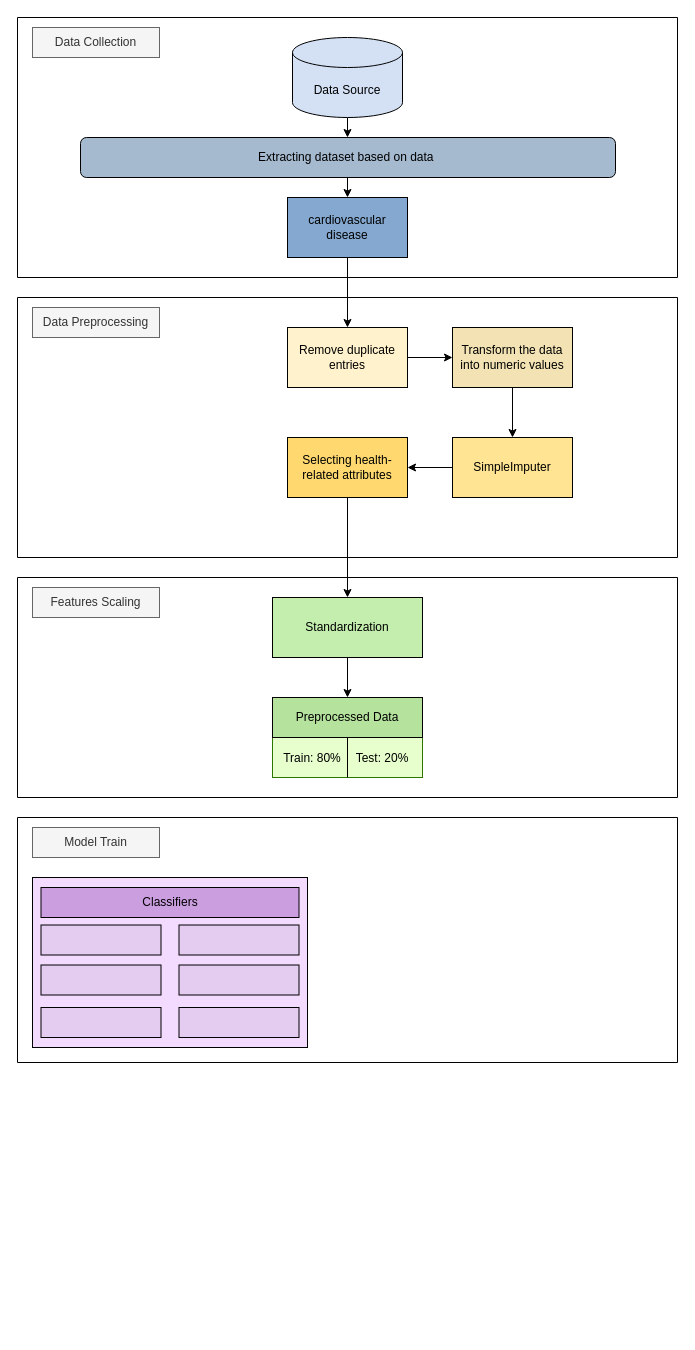
Before: pj.drawio in Jenny-Tanananya/Diagram, a draw.io diagram. Source tidied: cells renumbered, new cells numbered last; positions are measured from the earlier drawing's top-left corner, leaving out a move shared by most shapes. Both pictures are drawn from the tidied source at 100%, with x=0, y=0 at pixel (17, 17).
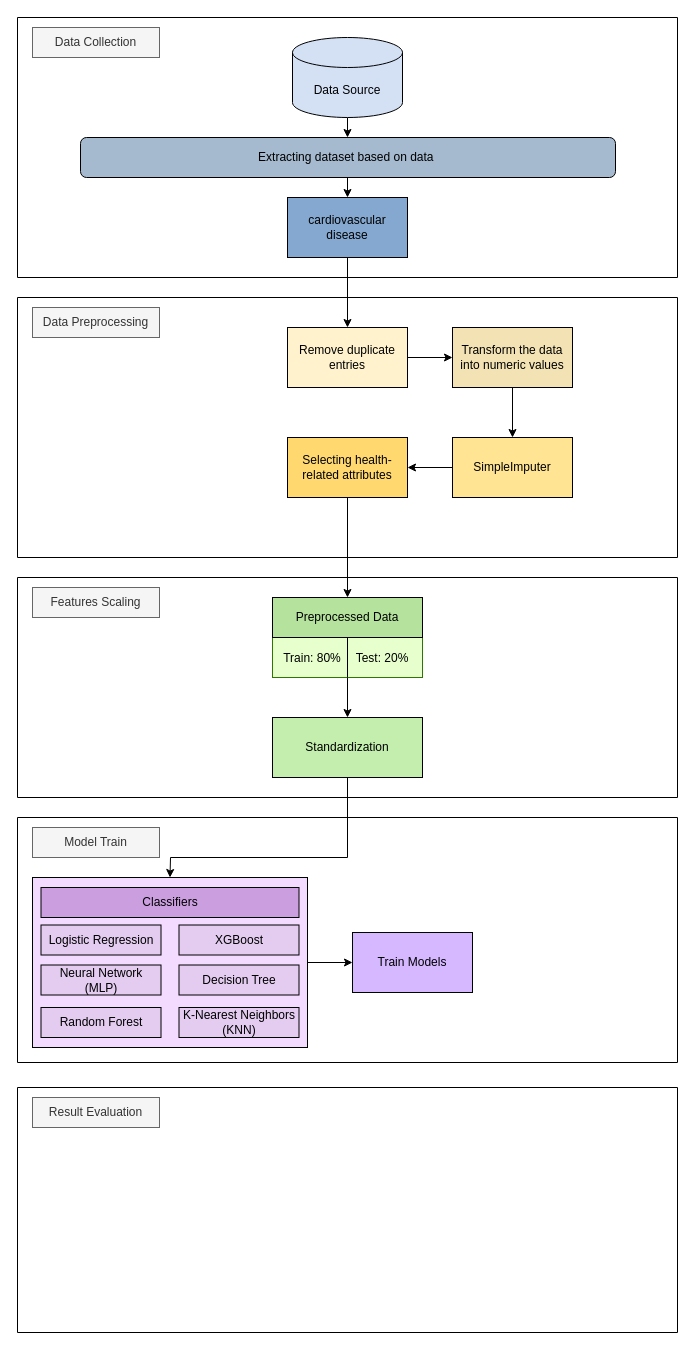
The same diagram, later.

The change refers to these unchanged cells:
```xml
<mxCell id="14" value="&lt;p style=&quot;&quot;&gt;&lt;font&gt;Selecting health-related attributes&lt;/font&gt;&lt;/p&gt;" style="rounded=0;whiteSpace=wrap;html=1;fillColor=light-dark(#ffd970, #ededed);" parent="9" vertex="1">
  <mxGeometry x="270" y="140" width="120" height="60" as="geometry" />
</mxCell>
<mxCell id="19" style="swimlane;startSize=0;" parent="1" vertex="1">
  <mxGeometry y="560" width="660" height="220" as="geometry" />
</mxCell>
<mxCell id="28" style="swimlane;startSize=0;fillColor=light-dark(#f7e5ff, #ededed);" parent="1" vertex="1">
  <mxGeometry y="800" width="660" height="245" as="geometry" />
</mxCell>
<mxCell id="30" style="rounded=0;whiteSpace=wrap;html=1;fillColor=light-dark(#f3dbff, #ededed);" parent="28" vertex="1">
  <mxGeometry x="15" y="60" width="275" height="170" as="geometry" />
</mxCell>
```

Diff of the diagram source:
```diff
@@
+    <mxCell id="39" style="edgeStyle=orthogonalEdgeStyle;rounded=0;jettySize=auto;html=1;" parent="19" edge="1" source="20" target="25">
+      <mxGeometry relative="1" as="geometry" />
+    </mxCell>
     <mxCell id="20" style="rounded=0;whiteSpace=wrap;html=1;strokeColor=#2D7600;align=center;verticalAlign=middle;fontFamily=Helvetica;fontSize=16;fontColor=#ffffff;horizontal=0;fillColor=light-dark(#e6ffcc, #4a890c);" parent="19" vertex="1">
-      <mxGeometry x="255" y="120" width="150" height="80" as="geometry" />
+      <mxGeometry x="255" y="20" width="150" height="80" as="geometry" />
     </mxCell>
@@
     <mxCell id="25" value="Standardization" style="rounded=0;whiteSpace=wrap;html=1;fillColor=#C3EEAE;" parent="19" vertex="1">
-      <mxGeometry x="255" y="20" width="150" height="60" as="geometry" />
+      <mxGeometry x="255" y="140" width="150" height="60" as="geometry" />
     </mxCell>
-    <mxCell id="26" style="endArrow=classic;html=1;rounded=0;fontFamily=Helvetica;fontSize=16;fontColor=default;horizontal=0;exitX=0.5;exitY=1;exitDx=0;exitDy=0;entryX=0.5;entryY=0;entryDx=0;entryDy=0;" parent="19" edge="1" source="25" target="20">
-      <mxGeometry relative="1" as="geometry" />
-    </mxCell>
@@
+    <mxCell id="40" style="edgeStyle=orthogonalEdgeStyle;rounded=0;jettySize=auto;html=1;" parent="28" edge="1" source="30" target="41">
+      <mxGeometry relative="1" as="geometry" />
+    </mxCell>
@@
-    <mxCell id="32" style="rounded=0;whiteSpace=wrap;html=1;fillColor=light-dark(#e3ccf0, #EDEDED);" parent="28" vertex="1">
+    <mxCell id="32" value="&lt;span&gt;Logistic Regression&lt;/span&gt;" style="rounded=0;whiteSpace=wrap;html=1;fillColor=light-dark(#e3ccf0, #EDEDED);" parent="28" vertex="1">
       <mxGeometry x="23.5" y="107.5" width="120" height="30" as="geometry" />
     </mxCell>
-    <mxCell id="33" style="rounded=0;whiteSpace=wrap;html=1;fillColor=light-dark(#e3ccf0, #EDEDED);" parent="28" vertex="1">
+    <mxCell id="33" value="XGBoost" style="rounded=0;whiteSpace=wrap;html=1;fillColor=light-dark(#e3ccf0, #EDEDED);" parent="28" vertex="1">
       <mxGeometry x="161.5" y="107.5" width="120" height="30" as="geometry" />
     </mxCell>
-    <mxCell id="34" style="rounded=0;whiteSpace=wrap;html=1;fillColor=light-dark(#e3ccf0, #EDEDED);" parent="28" vertex="1">
+    <mxCell id="34" value="&lt;span&gt;Decision Tree&lt;/span&gt;" style="rounded=0;whiteSpace=wrap;html=1;fillColor=light-dark(#e3ccf0, #EDEDED);" parent="28" vertex="1">
       <mxGeometry x="161.5" y="147.5" width="120" height="30" as="geometry" />
     </mxCell>
-    <mxCell id="35" style="rounded=0;whiteSpace=wrap;html=1;fillColor=light-dark(#e3ccf0, #EDEDED);" parent="28" vertex="1">
+    <mxCell id="35" value="K-Nearest Neighbors (KNN)" style="rounded=0;whiteSpace=wrap;html=1;fillColor=light-dark(#e3ccf0, #EDEDED);" parent="28" vertex="1">
       <mxGeometry x="161.5" y="190" width="120" height="30" as="geometry" />
     </mxCell>
-    <mxCell id="36" style="rounded=0;whiteSpace=wrap;html=1;fillColor=light-dark(#e3ccf0, #EDEDED);" parent="28" vertex="1">
+    <mxCell id="36" value="Neural Network (MLP)" style="rounded=0;whiteSpace=wrap;html=1;fillColor=light-dark(#e3ccf0, #EDEDED);" parent="28" vertex="1">
       <mxGeometry x="23.5" y="147.5" width="120" height="30" as="geometry" />
     </mxCell>
-    <mxCell id="37" style="rounded=0;whiteSpace=wrap;html=1;fillColor=light-dark(#e3ccf0, #EDEDED);" parent="28" vertex="1">
+    <mxCell id="37" value="Random Forest" style="rounded=0;whiteSpace=wrap;html=1;fillColor=light-dark(#e3ccf0, #EDEDED);" parent="28" vertex="1">
       <mxGeometry x="23.5" y="190" width="120" height="30" as="geometry" />
     </mxCell>
-    <mxCell id="38" style="edgeStyle=orthogonalEdgeStyle;rounded=0;jettySize=auto;html=1;" parent="1" edge="1" source="14" target="25">
-      <mxGeometry relative="1" as="geometry" />
-    </mxCell>
+    <mxCell id="41" value="&lt;font style=&quot;color: rgb(0, 0, 0);&quot;&gt;Train Models&lt;/font&gt;" style="rounded=0;whiteSpace=wrap;html=1;fillColor=light-dark(#d5b8ff, #ffa7ff);fontColor=#ffffff;strokeColor=default;" parent="28" vertex="1">
+      <mxGeometry x="335" y="115" width="120" height="60" as="geometry" />
+    </mxCell>
+    <mxCell id="42" style="edgeStyle=orthogonalEdgeStyle;rounded=0;jettySize=auto;html=1;" parent="1" edge="1" source="14" target="20">
+      <mxGeometry relative="1" as="geometry" />
+    </mxCell>
+    <mxCell id="43" style="endArrow=classic;html=1;rounded=0;exitX=0.5;exitY=1;exitDx=0;exitDy=0;entryX=0.5;entryY=0;entryDx=0;entryDy=0;" parent="1" edge="1" source="25" target="30">
+      <mxGeometry relative="1" as="geometry">
+        <Array as="points">
+          <mxPoint x="330" y="840" />
+          <mxPoint x="153" y="840" />
+        </Array>
+      </mxGeometry>
+    </mxCell>
+    <mxCell id="44" style="swimlane;startSize=0;fillColor=light-dark(#f7e5ff, #ededed);" parent="1" vertex="1">
+      <mxGeometry y="1070" width="660" height="245" as="geometry" />
+    </mxCell>
+    <mxCell id="45" value="Result Evaluation" style="text;html=1;align=center;verticalAlign=middle;whiteSpace=wrap;rounded=0;fillColor=#f5f5f5;fontColor=#333333;strokeColor=#666666;" parent="44" vertex="1">
+      <mxGeometry x="15" y="10" width="127" height="30" as="geometry" />
+    </mxCell>
+    <mxCell id="46" style="edgeStyle=orthogonalEdgeStyle;rounded=0;orthogonalLoop=1;jettySize=auto;html=1;exitX=0;exitY=1;exitDx=0;exitDy=0;" parent="44" edge="1">
+      <mxGeometry relative="1" as="geometry">
+        <mxPoint x="152.5" y="100" as="targetPoint" />
+      </mxGeometry>
+    </mxCell>
```
